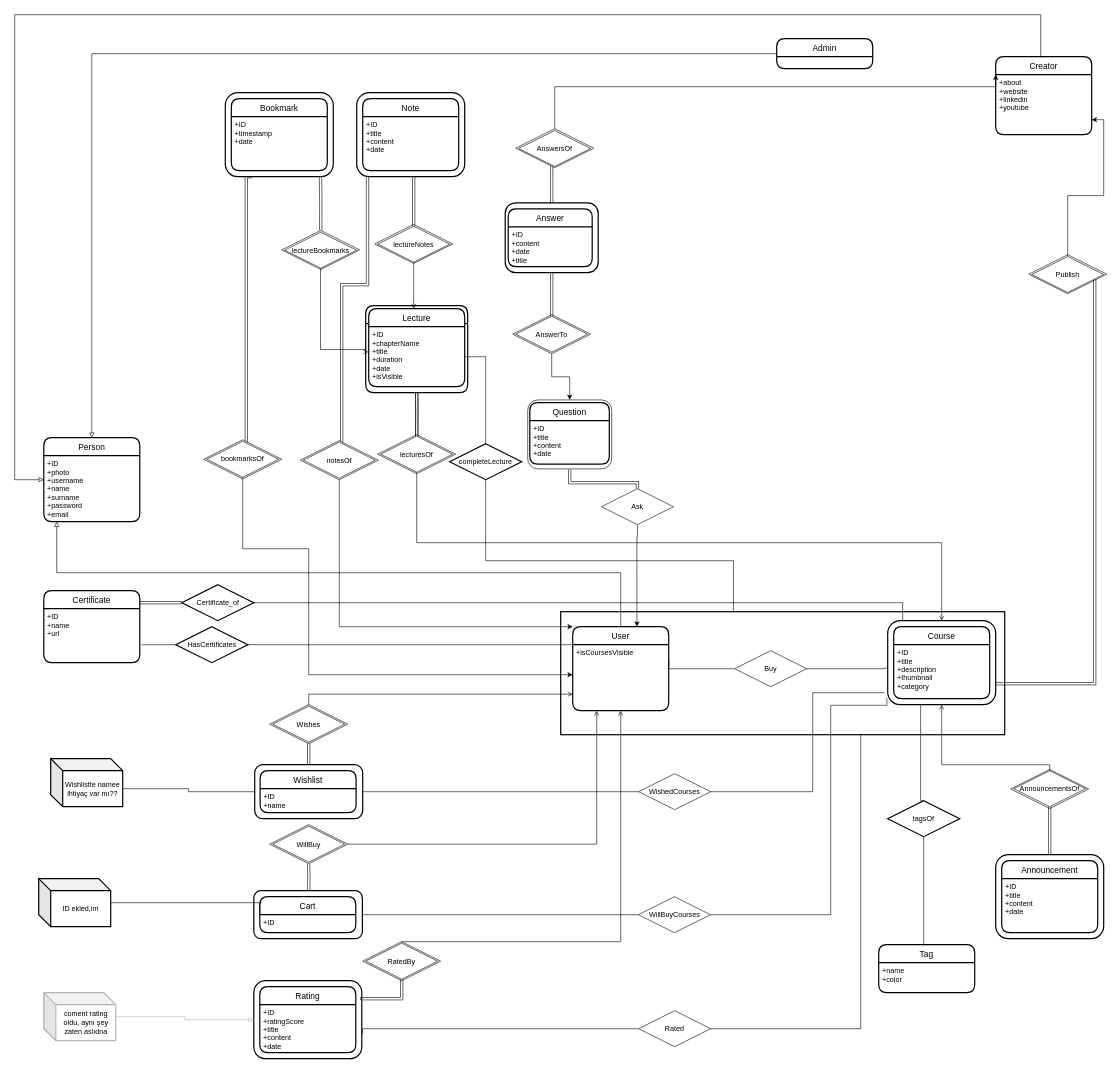
The draw.io diagram page "Page-2" (2 of 2) of ER.drawio in muratangin187/CS353-Project, before the edit. Source tidied: cells renumbered, new cells numbered last; positions are measured from the earlier drawing's top-left corner, leaving out a move shared by most shapes. Both pictures are drawn from the tidied source at 60%, with x=0, y=0 at pixel (14, 14).
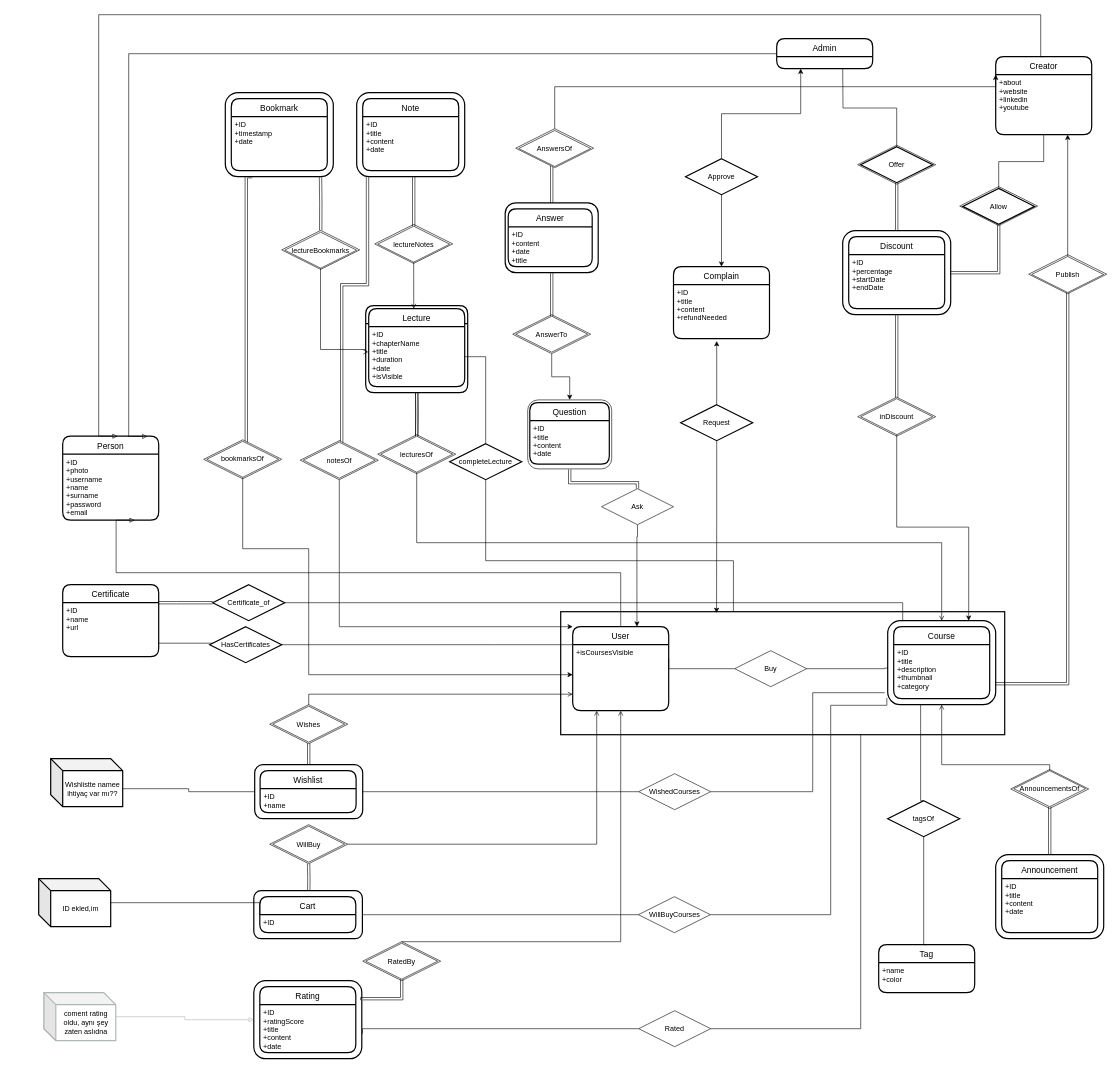
Above is the later version.

Unchanged cells that the change refers to:
```xml
<mxCell id="10" style="rounded=0;whiteSpace=wrap;html=1;shadow=0;glass=0;sketch=0;strokeWidth=2;gradientColor=none;" parent="1" vertex="1">
  <mxGeometry x="910" y="995" width="740" height="205" as="geometry" />
</mxCell>
<mxCell id="12" style="rounded=1;whiteSpace=wrap;html=1;strokeWidth=2;" parent="1" vertex="1">
  <mxGeometry x="1455" y="1010" width="180" height="140" as="geometry" />
</mxCell>
<mxCell id="14" value="User" style="swimlane;horizontal=1;startSize=30;rounded=1;fontSize=14;fontStyle=0;strokeWidth=2;shadow=0;dashed=0;align=center;" parent="1" vertex="1">
  <mxGeometry x="930" y="1020" width="160" height="140" as="geometry" />
</mxCell>
<mxCell id="22" value="+ID&#10;+name&#10;+url" style="align=left;strokeColor=none;fillColor=none;spacingLeft=4;fontSize=12;verticalAlign=top;" parent="21" vertex="1">
  <mxGeometry y="30" width="160" height="90" as="geometry" />
</mxCell>
<mxCell id="54" value="+ID&#10;+photo&#10;+username&#10;+name&#10;+surname&#10;+password&#10;+email" style="align=left;strokeColor=none;fillColor=none;spacingLeft=4;fontSize=12;verticalAlign=top;" parent="53" vertex="1">
  <mxGeometry y="30" width="160" height="110" as="geometry" />
</mxCell>
<mxCell id="55" value="Creator" style="swimlane;horizontal=1;startSize=30;rounded=1;fontSize=14;fontStyle=0;strokeWidth=2;shadow=0;dashed=0;align=center;" parent="1" vertex="1">
  <mxGeometry x="1635" y="70" width="160" height="130" as="geometry" />
</mxCell>
<mxCell id="56" value="+about&#10;+website&#10;+linkedin&#10;+youtube" style="align=left;strokeColor=none;fillColor=none;spacingLeft=4;fontSize=12;verticalAlign=top;" parent="55" vertex="1">
  <mxGeometry y="30" width="160" height="100" as="geometry" />
</mxCell>
<mxCell id="58" value="Admin" style="swimlane;horizontal=1;startSize=30;rounded=1;fontSize=14;fontStyle=0;strokeWidth=2;shadow=0;dashed=0;align=center;" parent="1" vertex="1">
  <mxGeometry x="1270" y="40" width="160" height="50" as="geometry" />
</mxCell>
<mxCell id="103" value="Publish" style="shape=rhombus;perimeter=rhombusPerimeter;whiteSpace=wrap;html=1;align=center;rounded=0;sketch=0;" parent="1" vertex="1">
  <mxGeometry x="1695" y="403" width="120" height="60" as="geometry" />
</mxCell>
```

What changed in the source:
```diff
@@
+    <mxCell id="129" style="shape=rhombus;perimeter=rhombusPerimeter;whiteSpace=wrap;html=1;align=center;rounded=0;sketch=0;" parent="1" vertex="1">
+      <mxGeometry x="1575" y="286.5" width="130" height="65" as="geometry" />
+    </mxCell>
+    <mxCell id="130" style="shape=rhombus;perimeter=rhombusPerimeter;whiteSpace=wrap;html=1;align=center;rounded=0;sketch=0;" parent="1" vertex="1">
+      <mxGeometry x="1405" y="217.5" width="130" height="65" as="geometry" />
+    </mxCell>
+    <mxCell id="131" style="edgeStyle=orthogonalEdgeStyle;rounded=0;jettySize=auto;html=1;exitX=1;exitY=0.5;exitDx=0;exitDy=0;entryX=0.5;entryY=1;entryDx=0;entryDy=0;endArrow=none;endFill=0;shape=link;" parent="1" edge="1" source="133" target="147">
+      <mxGeometry relative="1" as="geometry" />
+    </mxCell>
+    <mxCell id="132" style="edgeStyle=orthogonalEdgeStyle;shape=link;rounded=0;jettySize=auto;html=1;exitX=0.5;exitY=1;exitDx=0;exitDy=0;endArrow=none;endFill=0;" parent="1" edge="1" source="133" target="151">
+      <mxGeometry relative="1" as="geometry" />
+    </mxCell>
+    <mxCell id="133" style="rounded=1;whiteSpace=wrap;html=1;shadow=0;glass=0;sketch=0;strokeWidth=2;gradientColor=none;" parent="1" vertex="1">
+      <mxGeometry x="1380" y="360" width="180" height="140" as="geometry" />
+    </mxCell>
@@
-    <mxCell id="13" style="edgeStyle=orthogonalEdgeStyle;rounded=0;jettySize=auto;html=1;exitX=0.5;exitY=0;exitDx=0;exitDy=0;endArrow=block;endFill=0;" parent="1" edge="1" source="14" target="54">
+    <mxCell id="13" style="edgeStyle=orthogonalEdgeStyle;rounded=0;jettySize=auto;html=1;exitX=0.5;exitY=0;exitDx=0;exitDy=0;endArrow=block;endFill=0;entryX=0.75;entryY=1;entryDx=0;entryDy=0;" parent="1" edge="1" source="14" target="54">
       <mxGeometry relative="1" as="geometry">
         <Array as="points">
           <mxPoint x="1010" y="930" />
-          <mxPoint x="70" y="930" />
+          <mxPoint x="169" y="930" />
         </Array>
       </mxGeometry>
     </mxCell>
@@
     <mxCell id="21" value="Certificate" style="swimlane;horizontal=1;startSize=30;rounded=1;fontSize=14;fontStyle=0;strokeWidth=2;shadow=0;dashed=0;align=center;" parent="1" vertex="1">
-      <mxGeometry x="48.5" y="960" width="160" height="120" as="geometry" />
+      <mxGeometry x="80" y="950" width="160" height="120" as="geometry" />
     </mxCell>
@@
-    <mxCell id="23" style="edgeStyle=orthogonalEdgeStyle;rounded=0;jettySize=auto;html=1;endArrow=none;endFill=0;" parent="1" edge="1" source="25">
+    <mxCell id="23" style="edgeStyle=orthogonalEdgeStyle;rounded=0;jettySize=auto;html=1;endArrow=none;endFill=0;entryX=1;entryY=0.75;entryDx=0;entryDy=0;" parent="1" edge="1" source="25" target="22">
       <mxGeometry relative="1" as="geometry">
-        <mxPoint x="211.5" y="1050" as="targetPoint" />
         <Array as="points">
-          <mxPoint x="211.5" y="1050" />
+          <mxPoint x="240" y="1048" />
         </Array>
       </mxGeometry>
     </mxCell>
@@
     <mxCell id="25" value="HasCertificates" style="shape=rhombus;perimeter=rhombusPerimeter;whiteSpace=wrap;html=1;align=center;rounded=0;shadow=0;glass=0;sketch=0;strokeWidth=2;gradientColor=none;" parent="1" vertex="1">
-      <mxGeometry x="268.5" y="1020" width="120" height="60" as="geometry" />
+      <mxGeometry x="325" y="1020" width="120" height="60" as="geometry" />
     </mxCell>
-    <mxCell id="26" style="edgeStyle=orthogonalEdgeStyle;rounded=0;jettySize=auto;html=1;endArrow=none;endFill=0;exitX=0;exitY=0.5;exitDx=0;exitDy=0;shape=link;" parent="1" edge="1" source="28">
+    <mxCell id="26" style="edgeStyle=orthogonalEdgeStyle;rounded=0;jettySize=auto;html=1;endArrow=none;endFill=0;exitX=0;exitY=0.5;exitDx=0;exitDy=0;shape=link;entryX=1;entryY=0;entryDx=0;entryDy=0;" parent="1" edge="1" source="28" target="22">
       <mxGeometry relative="1" as="geometry">
-        <mxPoint x="208.5" y="980" as="targetPoint" />
         <Array as="points">
-          <mxPoint x="208.5" y="980" />
+          <mxPoint x="270" y="980" />
+          <mxPoint x="270" y="980" />
         </Array>
       </mxGeometry>
     </mxCell>
@@
     <mxCell id="28" value="Certificate_of" style="shape=rhombus;perimeter=rhombusPerimeter;whiteSpace=wrap;html=1;align=center;rounded=0;shadow=0;glass=0;sketch=0;strokeWidth=2;gradientColor=none;" parent="1" vertex="1">
-      <mxGeometry x="278.5" y="950" width="120" height="60" as="geometry" />
+      <mxGeometry x="330" y="950" width="120" height="60" as="geometry" />
     </mxCell>
@@
     <mxCell id="53" value="Person" style="swimlane;horizontal=1;startSize=30;rounded=1;fontSize=14;fontStyle=0;strokeWidth=2;shadow=0;dashed=0;align=center;glass=0;sketch=0;gradientColor=none;" parent="1" vertex="1">
-      <mxGeometry x="48.5" y="705" width="160" height="140" as="geometry" />
+      <mxGeometry x="80" y="702.5" width="160" height="140" as="geometry" />
     </mxCell>
@@
-    <mxCell id="57" style="edgeStyle=orthogonalEdgeStyle;rounded=0;jettySize=auto;html=1;exitX=0;exitY=0.5;exitDx=0;exitDy=0;entryX=0.5;entryY=0;entryDx=0;entryDy=0;endArrow=block;endFill=0;" parent="1" edge="1" source="58" target="53">
+    <mxCell id="57" style="edgeStyle=orthogonalEdgeStyle;rounded=0;jettySize=auto;html=1;exitX=0;exitY=0.5;exitDx=0;exitDy=0;endArrow=block;endFill=0;entryX=0.883;entryY=0.003;entryDx=0;entryDy=0;entryPerimeter=0;" parent="1" edge="1" source="58" target="53">
       <mxGeometry relative="1" as="geometry">
         <Array as="points">
-          <mxPoint x="129" y="65" />
+          <mxPoint x="190" y="65" />
         </Array>
       </mxGeometry>
     </mxCell>
@@
-    <mxCell id="59" style="edgeStyle=orthogonalEdgeStyle;rounded=0;jettySize=auto;html=1;endArrow=block;endFill=0;exitX=0.5;exitY=0;exitDx=0;exitDy=0;entryX=0;entryY=0.5;entryDx=0;entryDy=0;" parent="1" edge="1" source="55" target="53">
+    <mxCell id="59" style="edgeStyle=orthogonalEdgeStyle;rounded=0;jettySize=auto;html=1;endArrow=block;endFill=0;exitX=0.5;exitY=0;exitDx=0;exitDy=0;entryX=0.572;entryY=0;entryDx=0;entryDy=0;entryPerimeter=0;" parent="1" edge="1" source="55" target="53">
       <mxGeometry relative="1" as="geometry">
         <Array as="points">
           <mxPoint x="1710" y="70" />
           <mxPoint x="1710" />
-          <mxPoint />
-          <mxPoint y="775" />
+          <mxPoint x="140" />
         </Array>
       </mxGeometry>
     </mxCell>
@@
     <mxCell id="102" style="edgeStyle=orthogonalEdgeStyle;rounded=0;jettySize=auto;html=1;entryX=1;entryY=0.75;entryDx=0;entryDy=0;endArrow=classic;endFill=1;strokeColor=#000000;shape=link;" parent="1" edge="1" source="103" target="12">
       <mxGeometry relative="1" as="geometry">
         <Array as="points">
-          <mxPoint x="1800" y="1115" />
+          <mxPoint x="1755" y="1115" />
         </Array>
       </mxGeometry>
     </mxCell>
@@
-    <mxCell id="104" style="edgeStyle=orthogonalEdgeStyle;rounded=0;jettySize=auto;html=1;exitX=0.5;exitY=0;exitDx=0;exitDy=0;endArrow=classic;endFill=1;strokeColor=#000000;entryX=1;entryY=0.75;entryDx=0;entryDy=0;" parent="1" edge="1" source="103" target="56">
+    <mxCell id="104" style="edgeStyle=orthogonalEdgeStyle;rounded=0;jettySize=auto;html=1;exitX=0.5;exitY=0;exitDx=0;exitDy=0;endArrow=classic;endFill=1;strokeColor=#000000;entryX=0.75;entryY=1;entryDx=0;entryDy=0;" parent="1" edge="1" source="103" target="56">
       <mxGeometry relative="1" as="geometry" />
     </mxCell>
@@
+    <mxCell id="134" value="Complain" style="swimlane;horizontal=1;startSize=30;rounded=1;fontSize=14;fontStyle=0;strokeWidth=2;shadow=0;dashed=0;align=center;" parent="1" vertex="1">
+      <mxGeometry x="1098" y="420" width="160" height="120" as="geometry" />
+    </mxCell>
+    <mxCell id="135" value="+ID&#10;+title&#10;+content&#10;+refundNeeded" style="align=left;strokeColor=none;fillColor=none;spacingLeft=4;fontSize=12;verticalAlign=top;" parent="134" vertex="1">
+      <mxGeometry y="30" width="160" height="90" as="geometry" />
+    </mxCell>
+    <mxCell id="136" style="edgeStyle=orthogonalEdgeStyle;rounded=0;jettySize=auto;html=1;exitX=0.5;exitY=1;exitDx=0;exitDy=0;entryX=0.351;entryY=0.01;entryDx=0;entryDy=0;entryPerimeter=0;" parent="1" edge="1" source="138" target="10">
+      <mxGeometry relative="1" as="geometry" />
+    </mxCell>
+    <mxCell id="137" style="edgeStyle=orthogonalEdgeStyle;rounded=0;jettySize=auto;html=1;exitX=0.5;exitY=0;exitDx=0;exitDy=0;entryX=0.45;entryY=1.044;entryDx=0;entryDy=0;entryPerimeter=0;" parent="1" edge="1" source="138" target="135">
+      <mxGeometry relative="1" as="geometry" />
+    </mxCell>
+    <mxCell id="138" value="Request" style="shape=rhombus;perimeter=rhombusPerimeter;whiteSpace=wrap;html=1;align=center;rounded=0;shadow=0;glass=0;sketch=0;strokeWidth=2;gradientColor=none;" parent="1" vertex="1">
+      <mxGeometry x="1110" y="650" width="120" height="60" as="geometry" />
+    </mxCell>
+    <mxCell id="139" style="edgeStyle=orthogonalEdgeStyle;rounded=0;jettySize=auto;html=1;exitX=0.5;exitY=0;exitDx=0;exitDy=0;entryX=0.25;entryY=1;entryDx=0;entryDy=0;" parent="1" edge="1" source="141" target="58">
+      <mxGeometry relative="1" as="geometry" />
+    </mxCell>
+    <mxCell id="140" style="edgeStyle=orthogonalEdgeStyle;rounded=0;jettySize=auto;html=1;exitX=0.5;exitY=1;exitDx=0;exitDy=0;entryX=0.5;entryY=0;entryDx=0;entryDy=0;" parent="1" edge="1" source="141" target="134">
+      <mxGeometry relative="1" as="geometry" />
+    </mxCell>
+    <mxCell id="141" value="Approve" style="shape=rhombus;perimeter=rhombusPerimeter;whiteSpace=wrap;html=1;align=center;rounded=0;shadow=0;glass=0;sketch=0;strokeWidth=2;gradientColor=none;" parent="1" vertex="1">
+      <mxGeometry x="1118" y="240" width="120" height="60" as="geometry" />
+    </mxCell>
+    <mxCell id="142" value="Discount" style="swimlane;horizontal=1;startSize=30;rounded=1;fontSize=14;fontStyle=0;strokeWidth=2;shadow=0;dashed=0;align=center;" parent="1" vertex="1">
+      <mxGeometry x="1390" y="370" width="160" height="120" as="geometry" />
+    </mxCell>
+    <mxCell id="143" value="+ID&#10;+percentage&#10;+startDate&#10;+endDate" style="align=left;strokeColor=none;fillColor=none;spacingLeft=4;fontSize=12;verticalAlign=top;" parent="142" vertex="1">
+      <mxGeometry y="30" width="160" height="90" as="geometry" />
+    </mxCell>
+    <mxCell id="144" style="edgeStyle=orthogonalEdgeStyle;rounded=0;jettySize=auto;html=1;exitX=0.5;exitY=0;exitDx=0;exitDy=0;endArrow=none;endFill=0;" parent="1" edge="1" source="146">
+      <mxGeometry relative="1" as="geometry">
+        <mxPoint x="1380" y="90" as="targetPoint" />
+      </mxGeometry>
+    </mxCell>
+    <mxCell id="145" style="edgeStyle=orthogonalEdgeStyle;rounded=0;jettySize=auto;html=1;exitX=0.5;exitY=1;exitDx=0;exitDy=0;endArrow=none;endFill=0;entryX=0.5;entryY=0;entryDx=0;entryDy=0;shape=link;" parent="1" edge="1" source="146" target="133">
+      <mxGeometry relative="1" as="geometry" />
+    </mxCell>
+    <mxCell id="146" value="Offer" style="shape=rhombus;perimeter=rhombusPerimeter;whiteSpace=wrap;html=1;align=center;rounded=0;shadow=0;glass=0;sketch=0;strokeWidth=2;gradientColor=none;" parent="1" vertex="1">
+      <mxGeometry x="1410" y="220" width="120" height="60" as="geometry" />
+    </mxCell>
+    <mxCell id="147" value="Allow" style="shape=rhombus;perimeter=rhombusPerimeter;whiteSpace=wrap;html=1;align=center;rounded=0;shadow=0;glass=0;sketch=0;strokeWidth=2;gradientColor=none;" parent="1" vertex="1">
+      <mxGeometry x="1580" y="289.5" width="120" height="60" as="geometry" />
+    </mxCell>
+    <mxCell id="148" style="edgeStyle=orthogonalEdgeStyle;rounded=0;jettySize=auto;html=1;exitX=0.5;exitY=1;exitDx=0;exitDy=0;entryX=0.5;entryY=0;entryDx=0;entryDy=0;endArrow=none;endFill=0;" parent="1" edge="1" source="56" target="147">
+      <mxGeometry relative="1" as="geometry" />
+    </mxCell>
+    <mxCell id="149" style="shape=rhombus;perimeter=rhombusPerimeter;whiteSpace=wrap;html=1;align=center;rounded=0;sketch=0;" parent="1" vertex="1">
+      <mxGeometry x="1405" y="637.5" width="130" height="65" as="geometry" />
+    </mxCell>
+    <mxCell id="150" style="edgeStyle=orthogonalEdgeStyle;rounded=0;jettySize=auto;html=1;exitX=0.5;exitY=1;exitDx=0;exitDy=0;entryX=0.75;entryY=0;entryDx=0;entryDy=0;endArrow=classic;endFill=1;" parent="1" edge="1" source="151" target="12">
+      <mxGeometry relative="1" as="geometry">
+        <Array as="points">
+          <mxPoint x="1470" y="698" />
+          <mxPoint x="1470" y="854" />
+          <mxPoint x="1590" y="854" />
+        </Array>
+      </mxGeometry>
+    </mxCell>
+    <mxCell id="151" value="inDiscount" style="shape=rhombus;perimeter=rhombusPerimeter;whiteSpace=wrap;html=1;align=center;rounded=0;sketch=0;" parent="1" vertex="1">
+      <mxGeometry x="1410" y="640" width="120" height="60" as="geometry" />
+    </mxCell>
```
